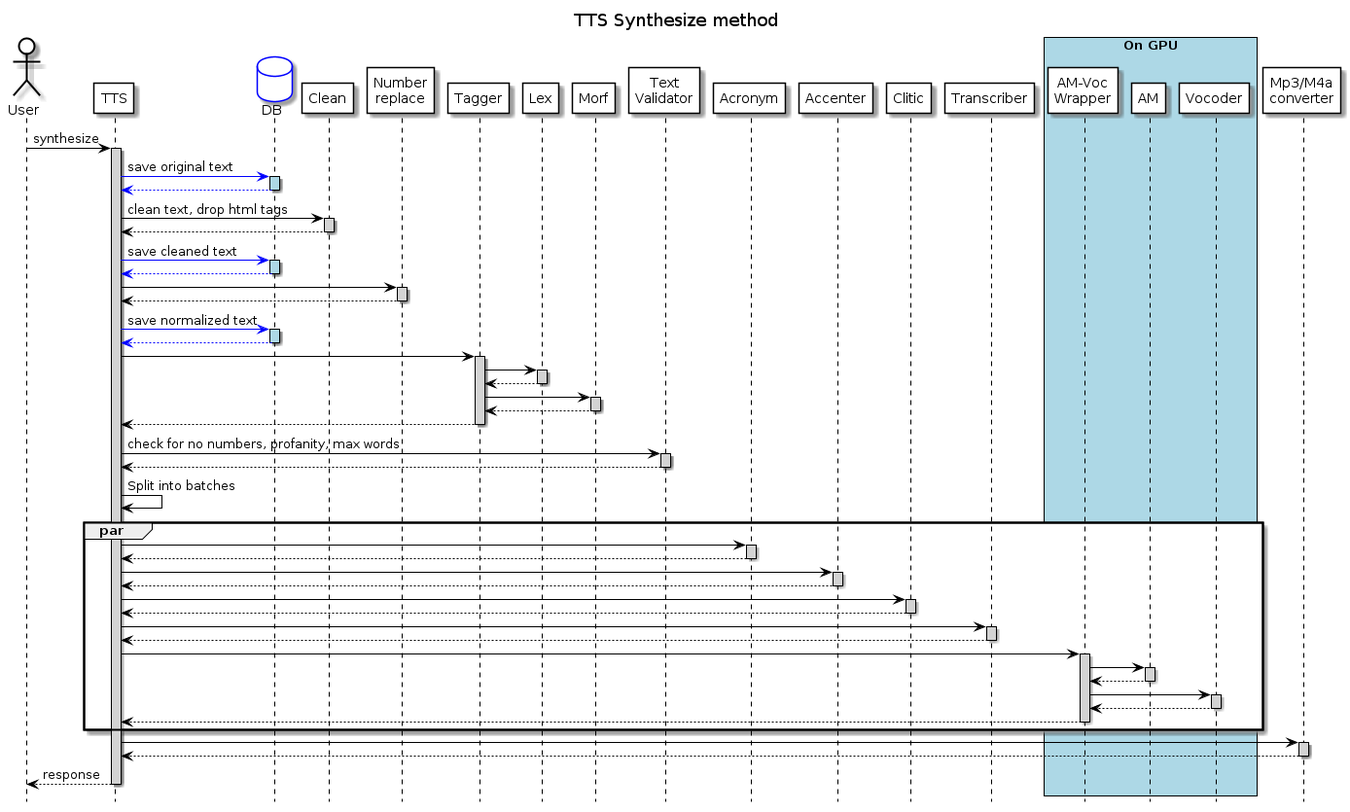
The PlantUML diagram info/tts.png in airenas/tts-line, before a commit.
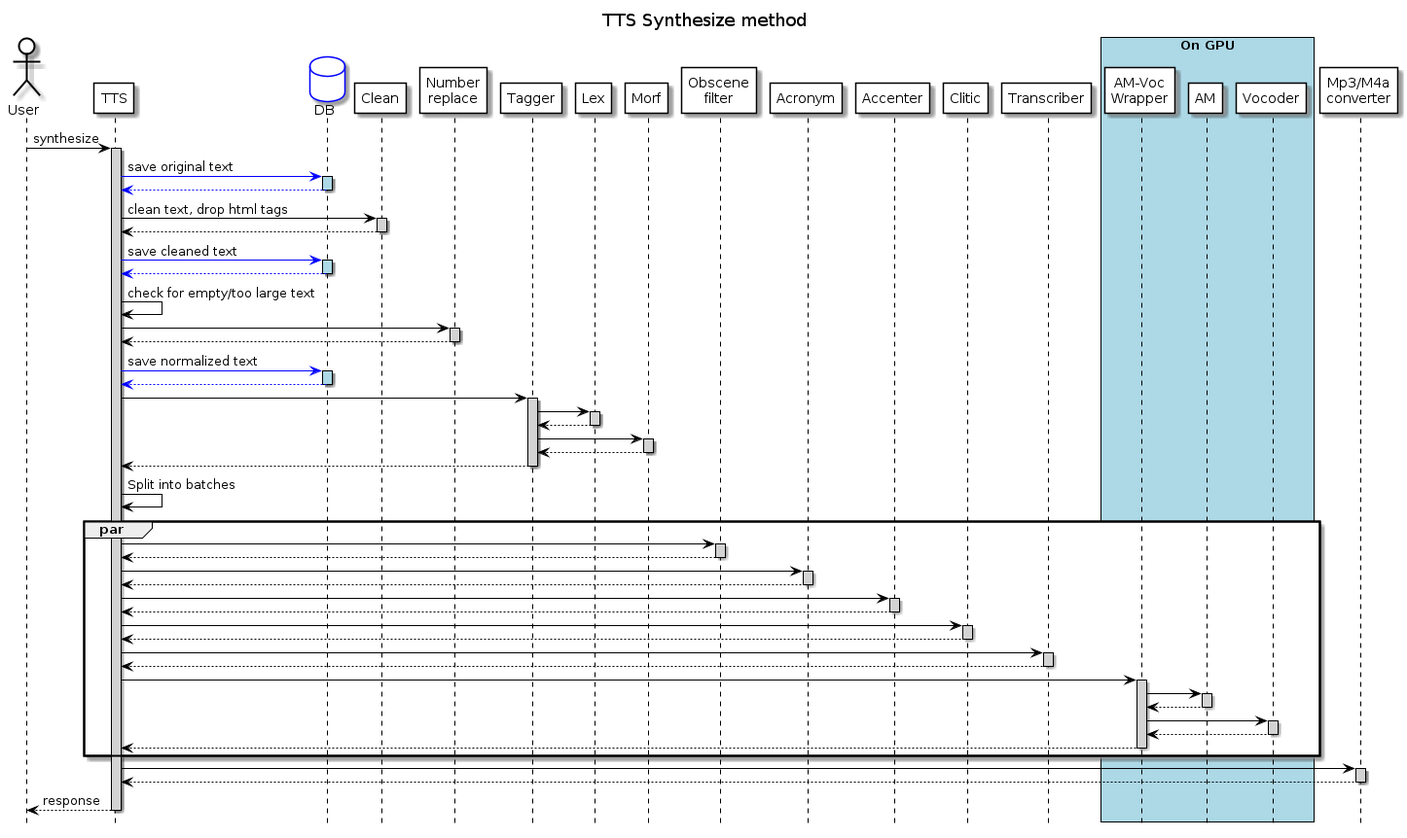
Above is the later version.

Commit message:
Add obscene filter TTS into schema

Diff of the diagram source:
```diff
@@ -28,7 +28,7 @@
 participant "Tagger" as tagger
 participant "Lex" as lex
 participant "Morf" as morf
-participant "Text\nValidator" as validator
+participant "Obscene\nfilter" as obscene
 participant "Acronym" as acronym
 participant "Accenter" as accenter
 participant "Clitic" as clitic
@@ -59,6 +59,8 @@
 DB -[#blue]-> tts:
 deactivate DB
 
+tts -> tts: check for empty/too large text
+
 tts -> num:
 activate num
 num --> tts:
@@ -68,7 +70,6 @@
 activate DB #lightblue
 DB -[#blue]-> tts:
 deactivate DB
-
 
 tts -> tagger:
 activate tagger
@@ -85,14 +86,14 @@
 tagger --> tts:
 deactivate tagger
 
-tts -> validator: check for no numbers, profanity, max words
-activate validator
-validator --> tts:
-deactivate validator
-
 tts -> tts: Split into batches
 
 par
+
+tts->obscene
+activate obscene
+obscene --> tts:
+deactivate obscene
 
 tts -> acronym:
 activate acronym
```
